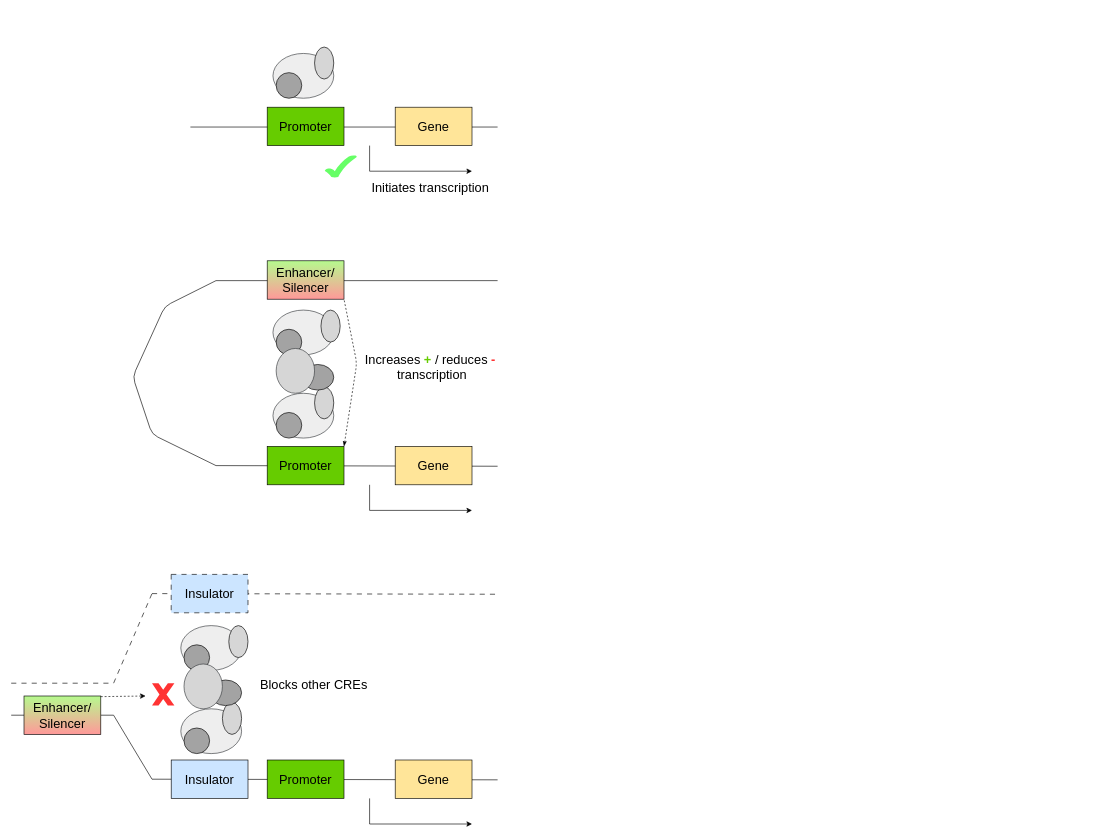
This is diagrams/functional_elements_sil_enh_combined.drawio from alexrakowski/phd-thesis-diagrams, a draw.io file, before an edit. Source tidied: cells renumbered, new cells numbered last; positions are measured from the earlier drawing's top-left corner, leaving out a move shared by most shapes. Both pictures are drawn from the tidied source at 64%, with x=0, y=0 at pixel (11, 47).
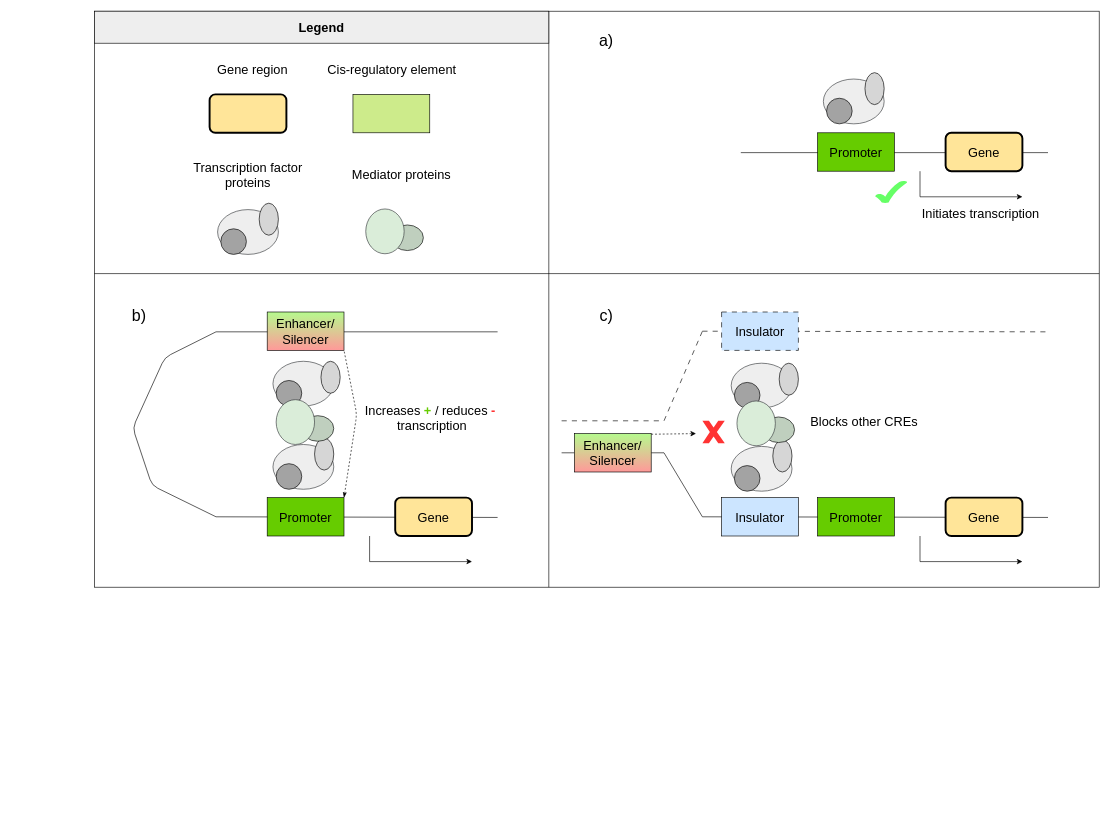
Above is the later version.

Diff of the diagram source:
```diff
@@
+    <mxCell id="52" style="shape=internalStorage;whiteSpace=wrap;html=1;backgroundOutline=1;dx=710;dy=410;" parent="1" vertex="1">
+      <mxGeometry x="130" y="-56" width="1570" height="900" as="geometry" />
+    </mxCell>
     <mxCell id="2" style="ellipse;whiteSpace=wrap;html=1;fillColor=#eeeeee;strokeColor=#36393d;fillStyle=solid;" parent="1" vertex="1">
-      <mxGeometry x="409" y="10" width="95" height="70" as="geometry" />
+      <mxGeometry x="1269" y="50" width="95" height="70" as="geometry" />
     </mxCell>
     <mxCell id="3" style="endArrow=none;html=1;rounded=0;" parent="1" edge="1">
       <mxGeometry relative="1" as="geometry">
-        <mxPoint x="280" y="125" as="sourcePoint" />
-        <mxPoint x="760" y="125" as="targetPoint" />
+        <mxPoint x="1140" y="165" as="sourcePoint" />
+        <mxPoint x="1620" y="165" as="targetPoint" />
       </mxGeometry>
     </mxCell>
     <mxCell id="4" value="Promoter" style="rounded=0;whiteSpace=wrap;html=1;fontSize=20;fillColor=#66CC00;" parent="1" vertex="1">
-      <mxGeometry x="400" y="94" width="120" height="60" as="geometry" />
+      <mxGeometry x="1260" y="134" width="120" height="60" as="geometry" />
     </mxCell>
-    <mxCell id="5" value="&lt;font style=&quot;font-size: 20px;&quot;&gt;Gene&lt;/font&gt;" style="rounded=0;whiteSpace=wrap;html=1;fillColor=#FFE599;" parent="1" vertex="1">
-      <mxGeometry x="600" y="94" width="120" height="60" as="geometry" />
+    <mxCell id="5" value="&lt;font style=&quot;font-size: 20px;&quot;&gt;Gene&lt;/font&gt;" style="rounded=1;whiteSpace=wrap;html=1;fillColor=#FFE599;glass=0;strokeWidth=3;" parent="1" vertex="1">
+      <mxGeometry x="1460" y="134" width="120" height="60" as="geometry" />
     </mxCell>
     <mxCell id="6" style="endArrow=classic;html=1;rounded=0;strokeWidth=1;" parent="1" edge="1">
       <mxGeometry relative="1" as="geometry">
-        <mxPoint x="560" y="154" as="sourcePoint" />
-        <mxPoint x="720" y="194" as="targetPoint" />
+        <mxPoint x="1420" y="194" as="sourcePoint" />
+        <mxPoint x="1580" y="234" as="targetPoint" />
         <Array as="points">
-          <mxPoint x="560" y="194" />
+          <mxPoint x="1420" y="234" />
         </Array>
       </mxGeometry>
     </mxCell>
     <mxCell id="7" value="Initiates transcription" style="text;html=1;align=center;verticalAlign=middle;whiteSpace=wrap;rounded=0;fontSize=20;" parent="1" vertex="1">
-      <mxGeometry x="530" y="204" width="250" height="30" as="geometry" />
+      <mxGeometry x="1390" y="244" width="250" height="30" as="geometry" />
     </mxCell>
     <mxCell id="8" style="endArrow=none;html=1;rounded=0;" parent="1" edge="1">
       <mxGeometry relative="1" as="geometry">
-        <mxPoint x="320" y="654" as="sourcePoint" />
-        <mxPoint x="760" y="655" as="targetPoint" />
+        <mxPoint x="320" y="734" as="sourcePoint" />
+        <mxPoint x="760" y="735" as="targetPoint" />
       </mxGeometry>
     </mxCell>
     <mxCell id="9" value="Promoter" style="rounded=0;whiteSpace=wrap;html=1;fontSize=20;fillColor=#66CC00;" parent="1" vertex="1">
-      <mxGeometry x="400" y="624" width="120" height="60" as="geometry" />
+      <mxGeometry x="400" y="704" width="120" height="60" as="geometry" />
     </mxCell>
-    <mxCell id="10" value="Gene" style="rounded=0;whiteSpace=wrap;html=1;fontSize=20;fillColor=#FFE599;" parent="1" vertex="1">
-      <mxGeometry x="600" y="624" width="120" height="60" as="geometry" />
+    <mxCell id="10" value="Gene" style="rounded=1;whiteSpace=wrap;html=1;fontSize=20;fillColor=#FFE599;glass=0;strokeWidth=3;" parent="1" vertex="1">
+      <mxGeometry x="600" y="704" width="120" height="60" as="geometry" />
     </mxCell>
     <mxCell id="11" style="endArrow=none;html=1;rounded=0;" parent="1" edge="1">
       <mxGeometry relative="1" as="geometry">
-        <mxPoint x="320" y="365" as="sourcePoint" />
-        <mxPoint x="760" y="365" as="targetPoint" />
+        <mxPoint x="320" y="445" as="sourcePoint" />
+        <mxPoint x="760" y="445" as="targetPoint" />
       </mxGeometry>
     </mxCell>
     <mxCell id="12" style="endArrow=none;html=1;rounded=1;curved=0;" parent="1" edge="1">
       <mxGeometry relative="1" as="geometry">
-        <mxPoint x="320" y="654" as="sourcePoint" />
-        <mxPoint x="320" y="365" as="targetPoint" />
+        <mxPoint x="320" y="734" as="sourcePoint" />
+        <mxPoint x="320" y="445" as="targetPoint" />
         <Array as="points">
-          <mxPoint x="220" y="605" />
-          <mxPoint x="190" y="515" />
-          <mxPoint x="240" y="405" />
+          <mxPoint x="220" y="685" />
+          <mxPoint x="190" y="595" />
+          <mxPoint x="240" y="485" />
         </Array>
       </mxGeometry>
     </mxCell>
     <mxCell id="13" style="endArrow=classic;html=1;rounded=0;strokeWidth=1;" parent="1" edge="1">
       <mxGeometry relative="1" as="geometry">
-        <mxPoint x="560" y="684" as="sourcePoint" />
-        <mxPoint x="720" y="724" as="targetPoint" />
+        <mxPoint x="560" y="764" as="sourcePoint" />
+        <mxPoint x="720" y="804" as="targetPoint" />
         <Array as="points">
-          <mxPoint x="560" y="724" />
+          <mxPoint x="560" y="804" />
         </Array>
       </mxGeometry>
     </mxCell>
     <mxCell id="14" value="Increases&amp;nbsp;&lt;span&gt;&lt;b&gt;&lt;font style=&quot;color: rgb(102, 204, 0);&quot;&gt;+&lt;/font&gt;&lt;/b&gt;&lt;font style=&quot;color: rgb(102, 204, 0);&quot;&gt;&amp;nbsp;&lt;/font&gt;&lt;/span&gt;/ reduces &lt;font style=&quot;color: rgb(255, 51, 51);&quot;&gt;&lt;b&gt;-&lt;/b&gt;&lt;/font&gt;&lt;br&gt;&amp;nbsp;transcription" style="text;html=1;align=center;verticalAlign=middle;whiteSpace=wrap;rounded=0;fontSize=20;" parent="1" vertex="1">
-      <mxGeometry x="530" y="484" width="250" height="30" as="geometry" />
+      <mxGeometry x="530" y="564" width="250" height="30" as="geometry" />
     </mxCell>
     <mxCell id="15" value="Blocks other CREs" style="text;html=1;align=center;verticalAlign=middle;whiteSpace=wrap;rounded=0;fontSize=20;" parent="1" vertex="1">
-      <mxGeometry x="347.5" y="980" width="250" height="30" as="geometry" />
+      <mxGeometry x="1207.5" y="570" width="250" height="30" as="geometry" />
     </mxCell>
     <mxCell id="16" style="endArrow=none;html=1;rounded=0;" parent="1" edge="1">
       <mxGeometry relative="1" as="geometry">
-        <mxPoint x="220" y="1144" as="sourcePoint" />
-        <mxPoint x="760" y="1145" as="targetPoint" />
+        <mxPoint x="1080" y="734" as="sourcePoint" />
+        <mxPoint x="1620" y="735" as="targetPoint" />
       </mxGeometry>
     </mxCell>
     <mxCell id="17" value="Promoter" style="rounded=0;whiteSpace=wrap;html=1;fontSize=20;fillColor=#66CC00;" parent="1" vertex="1">
-      <mxGeometry x="400" y="1114" width="120" height="60" as="geometry" />
+      <mxGeometry x="1260" y="704" width="120" height="60" as="geometry" />
     </mxCell>
-    <mxCell id="18" value="Gene" style="rounded=0;whiteSpace=wrap;html=1;fontSize=20;fillColor=#FFE599;" parent="1" vertex="1">
-      <mxGeometry x="600" y="1114" width="120" height="60" as="geometry" />
+    <mxCell id="18" value="Gene" style="rounded=1;whiteSpace=wrap;html=1;fontSize=20;fillColor=#FFE599;glass=0;strokeWidth=3;" parent="1" vertex="1">
+      <mxGeometry x="1460" y="704" width="120" height="60" as="geometry" />
     </mxCell>
     <mxCell id="19" style="ellipse;whiteSpace=wrap;html=1;fillColor=#eeeeee;strokeColor=#36393d;fillStyle=solid;" parent="1" vertex="1">
-      <mxGeometry x="265" y="1034" width="95" height="70" as="geometry" />
+      <mxGeometry x="1125" y="624" width="95" height="70" as="geometry" />
     </mxCell>
     <mxCell id="20" style="ellipse;whiteSpace=wrap;html=1;fillColor=#A3A3A3;" parent="1" vertex="1">
-      <mxGeometry x="270" y="1064" width="40" height="40" as="geometry" />
+      <mxGeometry x="1130" y="654" width="40" height="40" as="geometry" />
     </mxCell>
     <mxCell id="21" style="ellipse;whiteSpace=wrap;html=1;fillColor=#D6D6D6;" parent="1" vertex="1">
-      <mxGeometry x="330" y="1024" width="30" height="50" as="geometry" />
+      <mxGeometry x="1190" y="614" width="30" height="50" as="geometry" />
     </mxCell>
     <mxCell id="22" style="endArrow=none;html=1;rounded=0;dashed=1;dashPattern=8 8;" parent="1" edge="1">
       <mxGeometry relative="1" as="geometry">
-        <mxPoint x="220" y="854" as="sourcePoint" />
-        <mxPoint x="760" y="855" as="targetPoint" />
+        <mxPoint x="1080" y="444" as="sourcePoint" />
+        <mxPoint x="1620" y="445" as="targetPoint" />
       </mxGeometry>
     </mxCell>
     <mxCell id="23" value="Insulator" style="rounded=0;whiteSpace=wrap;html=1;fontSize=20;dashed=1;dashPattern=8 8;fillColor=#CCE5FF;" parent="1" vertex="1">
-      <mxGeometry x="250" y="824" width="120" height="60" as="geometry" />
+      <mxGeometry x="1110" y="414" width="120" height="60" as="geometry" />
     </mxCell>
     <mxCell id="24" style="ellipse;whiteSpace=wrap;html=1;fillColor=#eeeeee;strokeColor=#36393d;" parent="1" vertex="1">
-      <mxGeometry x="265" y="904" width="95" height="70" as="geometry" />
+      <mxGeometry x="1125" y="494" width="95" height="70" as="geometry" />
     </mxCell>
     <mxCell id="25" style="ellipse;whiteSpace=wrap;html=1;fillColor=#A3A3A3;" parent="1" vertex="1">
-      <mxGeometry x="270" y="934" width="40" height="40" as="geometry" />
+      <mxGeometry x="1130" y="524" width="40" height="40" as="geometry" />
     </mxCell>
-    <mxCell id="26" style="ellipse;whiteSpace=wrap;html=1;fillColor=#A3A3A3;" parent="1" vertex="1">
-      <mxGeometry x="310" y="989" width="50" height="40" as="geometry" />
-    </mxCell>
-    <mxCell id="27" style="ellipse;whiteSpace=wrap;html=1;fillColor=#D6D6D6;strokeColor=#36393d;" parent="1" vertex="1">
-      <mxGeometry x="270" y="964" width="60" height="70" as="geometry" />
-    </mxCell>
     <mxCell id="28" style="ellipse;whiteSpace=wrap;html=1;fillColor=#D6D6D6;" parent="1" vertex="1">
-      <mxGeometry x="340" y="904" width="30" height="50" as="geometry" />
+      <mxGeometry x="1200" y="494" width="30" height="50" as="geometry" />
     </mxCell>
     <mxCell id="29" style="endArrow=classic;html=1;rounded=0;strokeWidth=1;" parent="1" edge="1">
       <mxGeometry relative="1" as="geometry">
-        <mxPoint x="560" y="1174" as="sourcePoint" />
-        <mxPoint x="720" y="1214" as="targetPoint" />
+        <mxPoint x="1420" y="764" as="sourcePoint" />
+        <mxPoint x="1580" y="804" as="targetPoint" />
         <Array as="points">
-          <mxPoint x="560" y="1214" />
+          <mxPoint x="1420" y="804" />
         </Array>
       </mxGeometry>
     </mxCell>
     <mxCell id="30" style="endArrow=none;html=1;rounded=0;dashed=1;dashPattern=8 8;" parent="1" edge="1">
       <mxGeometry relative="1" as="geometry">
-        <mxPoint x="160" y="994" as="sourcePoint" />
-        <mxPoint x="220" y="854" as="targetPoint" />
+        <mxPoint x="1020" y="584" as="sourcePoint" />
+        <mxPoint x="1080" y="444" as="targetPoint" />
       </mxGeometry>
     </mxCell>
     <mxCell id="31" style="endArrow=none;html=1;rounded=0;" parent="1" edge="1">
       <mxGeometry relative="1" as="geometry">
-        <mxPoint x="220" y="1144" as="sourcePoint" />
-        <mxPoint x="160" y="1044" as="targetPoint" />
+        <mxPoint x="1080" y="734" as="sourcePoint" />
+        <mxPoint x="1020" y="634" as="targetPoint" />
       </mxGeometry>
     </mxCell>
     <mxCell id="32" value="Insulator" style="rounded=0;whiteSpace=wrap;html=1;fontSize=20;fillColor=#CCE5FF;" parent="1" vertex="1">
-      <mxGeometry x="250" y="1114" width="120" height="60" as="geometry" />
+      <mxGeometry x="1110" y="704" width="120" height="60" as="geometry" />
     </mxCell>
     <mxCell id="33" style="endArrow=none;html=1;rounded=0;dashed=1;dashPattern=8 8;" parent="1" edge="1">
       <mxGeometry relative="1" as="geometry">
-        <mxPoint y="994" as="sourcePoint" />
-        <mxPoint x="160" y="994" as="targetPoint" />
+        <mxPoint x="860" y="584" as="sourcePoint" />
+        <mxPoint x="1020" y="584" as="targetPoint" />
       </mxGeometry>
     </mxCell>
     <mxCell id="34" style="endArrow=none;html=1;rounded=0;" parent="1" edge="1">
       <mxGeometry relative="1" as="geometry">
-        <mxPoint x="140" y="1044" as="sourcePoint" />
-        <mxPoint x="160" y="1044" as="targetPoint" />
+        <mxPoint x="1000" y="634" as="sourcePoint" />
+        <mxPoint x="1020" y="634" as="targetPoint" />
       </mxGeometry>
     </mxCell>
     <mxCell id="35" style="endArrow=none;html=1;rounded=1;exitX=1;exitY=0;exitDx=0;exitDy=0;entryX=1;entryY=1;entryDx=0;entryDy=0;curved=0;startArrow=classicThin;startFill=1;dashed=1;" parent="1" edge="1" source="9" target="39">
       <mxGeometry relative="1" as="geometry">
         <Array as="points">
-          <mxPoint x="540" y="494" />
+          <mxPoint x="540" y="574" />
         </Array>
       </mxGeometry>
     </mxCell>
     <mxCell id="36" style="endArrow=classic;html=1;rounded=0;exitX=1;exitY=0;exitDx=0;exitDy=0;dashed=1;" parent="1" edge="1">
       <mxGeometry relative="1" as="geometry">
-        <mxPoint x="140" y="1015" as="sourcePoint" />
-        <mxPoint x="210" y="1014" as="targetPoint" />
+        <mxPoint x="1000" y="605" as="sourcePoint" />
+        <mxPoint x="1070" y="604" as="targetPoint" />
       </mxGeometry>
     </mxCell>
     <mxCell id="37" style="verticalLabelPosition=bottom;verticalAlign=top;html=1;shape=mxgraph.basic.x;fillColor=#FF3333;strokeColor=none;" parent="1" vertex="1">
-      <mxGeometry x="220" y="994" width="35" height="35" as="geometry" />
+      <mxGeometry x="1080" y="584" width="35" height="35" as="geometry" />
     </mxCell>
     <mxCell id="38" style="verticalLabelPosition=bottom;verticalAlign=top;html=1;shape=mxgraph.basic.tick;strokeColor=none;fillColor=#66FF66;" parent="1" vertex="1">
-      <mxGeometry x="490" y="169" width="50" height="35" as="geometry" />
+      <mxGeometry x="1350" y="209" width="50" height="35" as="geometry" />
     </mxCell>
     <mxCell id="39" value="Enhancer/&lt;br&gt;Silencer" style="rounded=0;whiteSpace=wrap;html=1;fontSize=20;fillStyle=solid;gradientColor=#FF9999;gradientDirection=south;fillColor=#B6FA8E;" parent="1" vertex="1">
-      <mxGeometry x="400" y="334" width="120" height="60" as="geometry" />
+      <mxGeometry x="400" y="414" width="120" height="60" as="geometry" />
     </mxCell>
     <mxCell id="40" style="endArrow=none;html=1;rounded=0;" parent="1" edge="1">
       <mxGeometry relative="1" as="geometry">
-        <mxPoint y="1044" as="sourcePoint" />
-        <mxPoint x="20" y="1044" as="targetPoint" />
+        <mxPoint x="860" y="634" as="sourcePoint" />
+        <mxPoint x="880" y="634" as="targetPoint" />
       </mxGeometry>
     </mxCell>
     <mxCell id="41" style="ellipse;whiteSpace=wrap;html=1;fillColor=#eeeeee;strokeColor=#36393d;fillStyle=solid;" parent="1" vertex="1">
-      <mxGeometry x="409" y="541" width="95" height="70" as="geometry" />
+      <mxGeometry x="409" y="621" width="95" height="70" as="geometry" />
     </mxCell>
     <mxCell id="42" style="ellipse;whiteSpace=wrap;html=1;fillColor=#A3A3A3;" parent="1" vertex="1">
-      <mxGeometry x="414" y="571" width="40" height="40" as="geometry" />
+      <mxGeometry x="414" y="651" width="40" height="40" as="geometry" />
     </mxCell>
     <mxCell id="43" style="ellipse;whiteSpace=wrap;html=1;fillColor=#D6D6D6;" parent="1" vertex="1">
-      <mxGeometry x="474" y="531" width="30" height="50" as="geometry" />
+      <mxGeometry x="474" y="611" width="30" height="50" as="geometry" />
     </mxCell>
     <mxCell id="44" style="ellipse;whiteSpace=wrap;html=1;fillColor=#eeeeee;strokeColor=#36393d;" parent="1" vertex="1">
-      <mxGeometry x="409" y="411" width="95" height="70" as="geometry" />
+      <mxGeometry x="409" y="491" width="95" height="70" as="geometry" />
     </mxCell>
     <mxCell id="45" style="ellipse;whiteSpace=wrap;html=1;fillColor=#A3A3A3;" parent="1" vertex="1">
-      <mxGeometry x="414" y="441" width="40" height="40" as="geometry" />
+      <mxGeometry x="414" y="521" width="40" height="40" as="geometry" />
     </mxCell>
-    <mxCell id="46" style="ellipse;whiteSpace=wrap;html=1;fillColor=#A3A3A3;" parent="1" vertex="1">
-      <mxGeometry x="454" y="496" width="50" height="40" as="geometry" />
+    <mxCell id="46" style="ellipse;whiteSpace=wrap;html=1;fillColor=#BFCFBE;" parent="1" vertex="1">
+      <mxGeometry x="454" y="576" width="50" height="40" as="geometry" />
     </mxCell>
-    <mxCell id="47" style="ellipse;whiteSpace=wrap;html=1;fillColor=#D6D6D6;strokeColor=#36393d;" parent="1" vertex="1">
-      <mxGeometry x="414" y="471" width="60" height="70" as="geometry" />
+    <mxCell id="47" style="ellipse;whiteSpace=wrap;html=1;fillColor=#DAEDD9;strokeColor=#36393d;" parent="1" vertex="1">
+      <mxGeometry x="414" y="551" width="60" height="70" as="geometry" />
     </mxCell>
     <mxCell id="48" style="ellipse;whiteSpace=wrap;html=1;fillColor=#D6D6D6;" parent="1" vertex="1">
-      <mxGeometry x="484" y="411" width="30" height="50" as="geometry" />
+      <mxGeometry x="484" y="491" width="30" height="50" as="geometry" />
     </mxCell>
     <mxCell id="49" style="ellipse;whiteSpace=wrap;html=1;fillColor=#A3A3A3;" parent="1" vertex="1">
-      <mxGeometry x="414" y="40" width="40" height="40" as="geometry" />
+      <mxGeometry x="1274" y="80" width="40" height="40" as="geometry" />
     </mxCell>
     <mxCell id="50" style="ellipse;whiteSpace=wrap;html=1;fillColor=#D6D6D6;" parent="1" vertex="1">
-      <mxGeometry x="474" width="30" height="50" as="geometry" />
+      <mxGeometry x="1334" y="40" width="30" height="50" as="geometry" />
     </mxCell>
     <mxCell id="51" value="Enhancer/&lt;br&gt;Silencer" style="rounded=0;whiteSpace=wrap;html=1;fontSize=20;fillStyle=solid;gradientColor=#FF9999;gradientDirection=south;fillColor=#B6FA8E;" parent="1" vertex="1">
-      <mxGeometry x="20" y="1014" width="120" height="60" as="geometry" />
+      <mxGeometry x="880" y="604" width="120" height="60" as="geometry" />
     </mxCell>
+    <mxCell id="53" style="rounded=1;whiteSpace=wrap;html=1;fillColor=#FFE599;glass=0;strokeWidth=3;" parent="1" vertex="1">
+      <mxGeometry x="310" y="74" width="120" height="60" as="geometry" />
+    </mxCell>
+    <mxCell id="54" value="Gene region&amp;nbsp;" style="text;html=1;align=center;verticalAlign=middle;whiteSpace=wrap;rounded=0;fontSize=20;" parent="1" vertex="1">
+      <mxGeometry x="310" y="20" width="140" height="30" as="geometry" />
+    </mxCell>
+    <mxCell id="55" style="rounded=0;whiteSpace=wrap;html=1;fontSize=20;fillColor=#cdeb8b;strokeColor=#000000;" parent="1" vertex="1">
+      <mxGeometry x="534" y="74" width="120" height="60" as="geometry" />
+    </mxCell>
+    <mxCell id="56" value="Cis-regulatory element" style="text;html=1;align=center;verticalAlign=middle;whiteSpace=wrap;rounded=0;fontSize=20;" parent="1" vertex="1">
+      <mxGeometry x="480" y="20" width="230" height="30" as="geometry" />
+    </mxCell>
+    <mxCell id="57" style="ellipse;whiteSpace=wrap;html=1;fillColor=#eeeeee;strokeColor=#36393d;fillStyle=solid;" parent="1" vertex="1">
+      <mxGeometry x="322.5" y="254" width="95" height="70" as="geometry" />
+    </mxCell>
+    <mxCell id="58" style="ellipse;whiteSpace=wrap;html=1;fillColor=#A3A3A3;" parent="1" vertex="1">
+      <mxGeometry x="327.5" y="284" width="40" height="40" as="geometry" />
+    </mxCell>
+    <mxCell id="59" style="ellipse;whiteSpace=wrap;html=1;fillColor=#D6D6D6;" parent="1" vertex="1">
+      <mxGeometry x="387.5" y="244" width="30" height="50" as="geometry" />
+    </mxCell>
+    <mxCell id="60" value="Transcription factor proteins" style="text;html=1;align=center;verticalAlign=middle;whiteSpace=wrap;rounded=0;fontSize=20;" parent="1" vertex="1">
+      <mxGeometry x="255" y="184" width="230" height="30" as="geometry" />
+    </mxCell>
+    <mxCell id="61" value="Mediator proteins" style="text;html=1;align=center;verticalAlign=middle;whiteSpace=wrap;rounded=0;fontSize=20;" parent="1" vertex="1">
+      <mxGeometry x="495" y="184" width="230" height="30" as="geometry" />
+    </mxCell>
+    <mxCell id="62" style="ellipse;whiteSpace=wrap;html=1;fillColor=#BFCFBE;" parent="1" vertex="1">
+      <mxGeometry x="1174" y="578" width="50" height="40" as="geometry" />
+    </mxCell>
+    <mxCell id="63" style="ellipse;whiteSpace=wrap;html=1;fillColor=#DAEDD9;strokeColor=#36393d;" parent="1" vertex="1">
+      <mxGeometry x="1134" y="553" width="60" height="70" as="geometry" />
+    </mxCell>
+    <mxCell id="64" style="ellipse;whiteSpace=wrap;html=1;fillColor=#BFCFBE;" parent="1" vertex="1">
+      <mxGeometry x="594" y="278" width="50" height="40" as="geometry" />
+    </mxCell>
+    <mxCell id="65" style="ellipse;whiteSpace=wrap;html=1;fillColor=#DAEDD9;strokeColor=#36393d;" parent="1" vertex="1">
+      <mxGeometry x="554" y="253" width="60" height="70" as="geometry" />
+    </mxCell>
+    <mxCell id="66" value="&lt;b&gt;&lt;font style=&quot;font-size: 20px;&quot;&gt;Legend&lt;/font&gt;&lt;/b&gt;" style="text;html=1;align=center;verticalAlign=middle;whiteSpace=wrap;rounded=0;strokeColor=#000000;fillColor=#eeeeee;" parent="1" vertex="1">
+      <mxGeometry x="130" y="-56" width="710" height="50" as="geometry" />
+    </mxCell>
+    <mxCell id="67" value="a)" style="text;html=1;align=center;verticalAlign=middle;whiteSpace=wrap;rounded=0;fontSize=25;" parent="1" vertex="1">
+      <mxGeometry x="900" y="-26" width="60" height="30" as="geometry" />
+    </mxCell>
+    <mxCell id="68" value="c)" style="text;html=1;align=center;verticalAlign=middle;whiteSpace=wrap;rounded=0;fontSize=25;" parent="1" vertex="1">
+      <mxGeometry x="900" y="404" width="60" height="30" as="geometry" />
+    </mxCell>
+    <mxCell id="69" value="b)" style="text;html=1;align=center;verticalAlign=middle;whiteSpace=wrap;rounded=0;fontSize=25;" parent="1" vertex="1">
+      <mxGeometry x="170" y="404" width="60" height="30" as="geometry" />
+    </mxCell>
```
